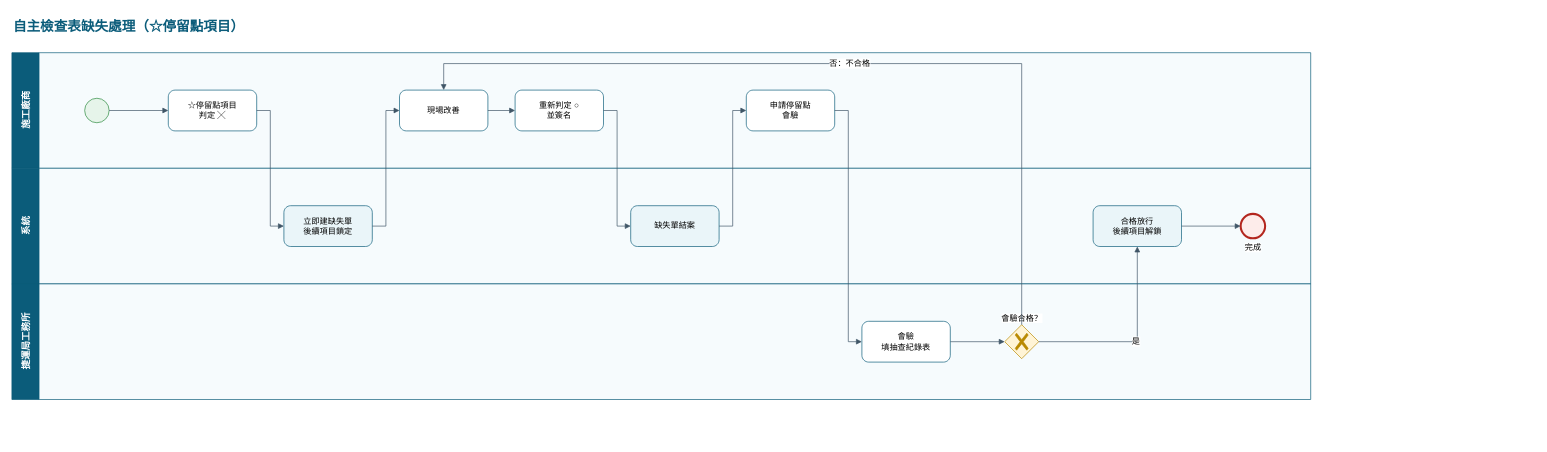
Earlier version of the draw.io diagram page "自主檢查表缺失處理（☆停留點項目）" (2 of 8) of 捷運施工查驗系統_缺失與停留點流程_BPMN.drawio (brianchou7310/MRT-Construction-QMS). Source tidied: cells renumbered, new cells numbered last; positions are measured from the earlier drawing's top-left corner, leaving out a move shared by most shapes. Both pictures are drawn from the tidied source at 68%, with x=0, y=0 at pixel (12, 12).
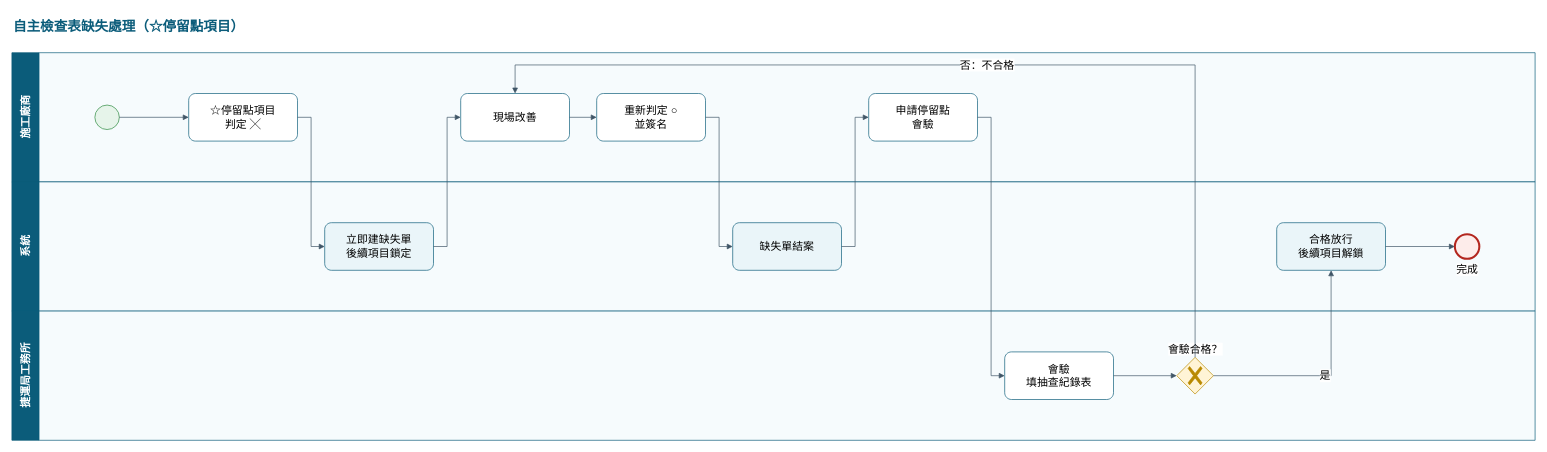
After the change.

The edit, as a diff of the source:
```diff
@@
-    <mxCell id="3" value="施工廠商" style="swimlane;html=1;startSize=40;horizontal=0;fontSize=14;fontStyle=1;fillColor=#0B5C7A;fontColor=#ffffff;strokeColor=#0B5C7A;swimlaneFillColor=#F6FBFD;" parent="1" vertex="1">
-      <mxGeometry y="60" width="1910" height="170" as="geometry" />
+    <mxCell id="3" value="施工廠商" style="swimlane;html=1;startSize=40;horizontal=0;fontSize=16;fontStyle=1;fillColor=#0B5C7A;fontColor=#ffffff;strokeColor=#0B5C7A;swimlaneFillColor=#F6FBFD;" parent="1" vertex="1">
+      <mxGeometry y="60" width="2240" height="190" as="geometry" />
     </mxCell>
-    <mxCell id="4" value="系統" style="swimlane;html=1;startSize=40;horizontal=0;fontSize=14;fontStyle=1;fillColor=#0B5C7A;fontColor=#ffffff;strokeColor=#0B5C7A;swimlaneFillColor=#F6FBFD;" parent="1" vertex="1">
-      <mxGeometry y="230" width="1910" height="170" as="geometry" />
+    <mxCell id="4" value="系統" style="swimlane;html=1;startSize=40;horizontal=0;fontSize=16;fontStyle=1;fillColor=#0B5C7A;fontColor=#ffffff;strokeColor=#0B5C7A;swimlaneFillColor=#F6FBFD;" parent="1" vertex="1">
+      <mxGeometry y="250" width="2240" height="190" as="geometry" />
     </mxCell>
-    <mxCell id="5" value="捷運局工務所" style="swimlane;html=1;startSize=40;horizontal=0;fontSize=14;fontStyle=1;fillColor=#0B5C7A;fontColor=#ffffff;strokeColor=#0B5C7A;swimlaneFillColor=#F6FBFD;" parent="1" vertex="1">
-      <mxGeometry y="400" width="1910" height="170" as="geometry" />
+    <mxCell id="5" value="捷運局工務所" style="swimlane;html=1;startSize=40;horizontal=0;fontSize=16;fontStyle=1;fillColor=#0B5C7A;fontColor=#ffffff;strokeColor=#0B5C7A;swimlaneFillColor=#F6FBFD;" parent="1" vertex="1">
+      <mxGeometry y="440" width="2240" height="190" as="geometry" />
     </mxCell>
-    <mxCell id="6" style="points=[[0.145,0.145,0],[0.5,0,0],[0.855,0.145,0],[1,0.5,0],[0.855,0.855,0],[0.5,1,0],[0.145,0.855,0],[0,0.5,0]];shape=mxgraph.bpmn.event;html=1;verticalLabelPosition=bottom;labelBackgroundColor=#ffffff;verticalAlign=top;align=center;perimeter=ellipsePerimeter;outlineConnect=0;outline=standard;symbol=general;fillColor=#E6F4EA;strokeColor=#2B8A3E;" parent="3" vertex="1">
-      <mxGeometry x="107" y="67" width="36" height="36" as="geometry" />
+    <mxCell id="6" style="points=[[0.145,0.145,0],[0.5,0,0],[0.855,0.145,0],[1,0.5,0],[0.855,0.855,0],[0.5,1,0],[0.145,0.855,0],[0,0.5,0]];shape=mxgraph.bpmn.event;html=1;verticalLabelPosition=bottom;labelBackgroundColor=#ffffff;verticalAlign=top;align=center;perimeter=ellipsePerimeter;outlineConnect=0;outline=standard;symbol=general;fillColor=#E6F4EA;strokeColor=#2B8A3E;fontSize=16;" parent="3" vertex="1">
+      <mxGeometry x="122" y="77" width="36" height="36" as="geometry" />
     </mxCell>
-    <mxCell id="7" value="☆停留點項目&lt;br&gt;判定 ╳" style="points=[[0.25,0,0],[0.5,0,0],[0.75,0,0],[1,0.25,0],[1,0.5,0],[1,0.75,0],[0.75,1,0],[0.5,1,0],[0.25,1,0],[0,0.75,0],[0,0.5,0],[0,0.25,0]];shape=mxgraph.bpmn.task;whiteSpace=wrap;rectStyle=rounded;size=10;html=1;taskMarker=abstract;fontSize=12;fillColor=#FFFFFF;strokeColor=#0B5C7A;" parent="3" vertex="1">
-      <mxGeometry x="230" y="55" width="130" height="60" as="geometry" />
+    <mxCell id="7" value="☆停留點項目&lt;br&gt;判定 ╳" style="points=[[0.25,0,0],[0.5,0,0],[0.75,0,0],[1,0.25,0],[1,0.5,0],[1,0.75,0],[0.75,1,0],[0.5,1,0],[0.25,1,0],[0,0.75,0],[0,0.5,0],[0,0.25,0]];shape=mxgraph.bpmn.task;whiteSpace=wrap;rectStyle=rounded;size=10;html=1;taskMarker=abstract;fontSize=16;fillColor=#FFFFFF;strokeColor=#0B5C7A;" parent="3" vertex="1">
+      <mxGeometry x="260" y="60" width="160" height="70" as="geometry" />
     </mxCell>
-    <mxCell id="8" value="立即建缺失單&lt;br&gt;後續項目鎖定" style="points=[[0.25,0,0],[0.5,0,0],[0.75,0,0],[1,0.25,0],[1,0.5,0],[1,0.75,0],[0.75,1,0],[0.5,1,0],[0.25,1,0],[0,0.75,0],[0,0.5,0],[0,0.25,0]];shape=mxgraph.bpmn.task;whiteSpace=wrap;rectStyle=rounded;size=10;html=1;taskMarker=abstract;fontSize=12;fillColor=#EAF5F9;strokeColor=#0B5C7A;" parent="4" vertex="1">
-      <mxGeometry x="400" y="55" width="130" height="60" as="geometry" />
+    <mxCell id="8" value="立即建缺失單&lt;br&gt;後續項目鎖定" style="points=[[0.25,0,0],[0.5,0,0],[0.75,0,0],[1,0.25,0],[1,0.5,0],[1,0.75,0],[0.75,1,0],[0.5,1,0],[0.25,1,0],[0,0.75,0],[0,0.5,0],[0,0.25,0]];shape=mxgraph.bpmn.task;whiteSpace=wrap;rectStyle=rounded;size=10;html=1;taskMarker=abstract;fontSize=16;fillColor=#EAF5F9;strokeColor=#0B5C7A;" parent="4" vertex="1">
+      <mxGeometry x="460" y="60" width="160" height="70" as="geometry" />
     </mxCell>
-    <mxCell id="9" value="現場改善" style="points=[[0.25,0,0],[0.5,0,0],[0.75,0,0],[1,0.25,0],[1,0.5,0],[1,0.75,0],[0.75,1,0],[0.5,1,0],[0.25,1,0],[0,0.75,0],[0,0.5,0],[0,0.25,0]];shape=mxgraph.bpmn.task;whiteSpace=wrap;rectStyle=rounded;size=10;html=1;taskMarker=abstract;fontSize=12;fillColor=#FFFFFF;strokeColor=#0B5C7A;" parent="3" vertex="1">
-      <mxGeometry x="570" y="55" width="130" height="60" as="geometry" />
+    <mxCell id="9" value="現場改善" style="points=[[0.25,0,0],[0.5,0,0],[0.75,0,0],[1,0.25,0],[1,0.5,0],[1,0.75,0],[0.75,1,0],[0.5,1,0],[0.25,1,0],[0,0.75,0],[0,0.5,0],[0,0.25,0]];shape=mxgraph.bpmn.task;whiteSpace=wrap;rectStyle=rounded;size=10;html=1;taskMarker=abstract;fontSize=16;fillColor=#FFFFFF;strokeColor=#0B5C7A;" parent="3" vertex="1">
+      <mxGeometry x="660" y="60" width="160" height="70" as="geometry" />
     </mxCell>
-    <mxCell id="10" value="重新判定 ○&lt;br&gt;並簽名" style="points=[[0.25,0,0],[0.5,0,0],[0.75,0,0],[1,0.25,0],[1,0.5,0],[1,0.75,0],[0.75,1,0],[0.5,1,0],[0.25,1,0],[0,0.75,0],[0,0.5,0],[0,0.25,0]];shape=mxgraph.bpmn.task;whiteSpace=wrap;rectStyle=rounded;size=10;html=1;taskMarker=abstract;fontSize=12;fillColor=#FFFFFF;strokeColor=#0B5C7A;" parent="3" vertex="1">
-      <mxGeometry x="740" y="55" width="130" height="60" as="geometry" />
+    <mxCell id="10" value="重新判定 ○&lt;br&gt;並簽名" style="points=[[0.25,0,0],[0.5,0,0],[0.75,0,0],[1,0.25,0],[1,0.5,0],[1,0.75,0],[0.75,1,0],[0.5,1,0],[0.25,1,0],[0,0.75,0],[0,0.5,0],[0,0.25,0]];shape=mxgraph.bpmn.task;whiteSpace=wrap;rectStyle=rounded;size=10;html=1;taskMarker=abstract;fontSize=16;fillColor=#FFFFFF;strokeColor=#0B5C7A;" parent="3" vertex="1">
+      <mxGeometry x="860" y="60" width="160" height="70" as="geometry" />
     </mxCell>
-    <mxCell id="11" value="缺失單結案" style="points=[[0.25,0,0],[0.5,0,0],[0.75,0,0],[1,0.25,0],[1,0.5,0],[1,0.75,0],[0.75,1,0],[0.5,1,0],[0.25,1,0],[0,0.75,0],[0,0.5,0],[0,0.25,0]];shape=mxgraph.bpmn.task;whiteSpace=wrap;rectStyle=rounded;size=10;html=1;taskMarker=abstract;fontSize=12;fillColor=#EAF5F9;strokeColor=#0B5C7A;" parent="4" vertex="1">
-      <mxGeometry x="910" y="55" width="130" height="60" as="geometry" />
+    <mxCell id="11" value="缺失單結案" style="points=[[0.25,0,0],[0.5,0,0],[0.75,0,0],[1,0.25,0],[1,0.5,0],[1,0.75,0],[0.75,1,0],[0.5,1,0],[0.25,1,0],[0,0.75,0],[0,0.5,0],[0,0.25,0]];shape=mxgraph.bpmn.task;whiteSpace=wrap;rectStyle=rounded;size=10;html=1;taskMarker=abstract;fontSize=16;fillColor=#EAF5F9;strokeColor=#0B5C7A;" parent="4" vertex="1">
+      <mxGeometry x="1060" y="60" width="160" height="70" as="geometry" />
     </mxCell>
-    <mxCell id="12" value="申請停留點&lt;br&gt;會驗" style="points=[[0.25,0,0],[0.5,0,0],[0.75,0,0],[1,0.25,0],[1,0.5,0],[1,0.75,0],[0.75,1,0],[0.5,1,0],[0.25,1,0],[0,0.75,0],[0,0.5,0],[0,0.25,0]];shape=mxgraph.bpmn.task;whiteSpace=wrap;rectStyle=rounded;size=10;html=1;taskMarker=abstract;fontSize=12;fillColor=#FFFFFF;strokeColor=#0B5C7A;" parent="3" vertex="1">
-      <mxGeometry x="1080" y="55" width="130" height="60" as="geometry" />
+    <mxCell id="12" value="申請停留點&lt;br&gt;會驗" style="points=[[0.25,0,0],[0.5,0,0],[0.75,0,0],[1,0.25,0],[1,0.5,0],[1,0.75,0],[0.75,1,0],[0.5,1,0],[0.25,1,0],[0,0.75,0],[0,0.5,0],[0,0.25,0]];shape=mxgraph.bpmn.task;whiteSpace=wrap;rectStyle=rounded;size=10;html=1;taskMarker=abstract;fontSize=16;fillColor=#FFFFFF;strokeColor=#0B5C7A;" parent="3" vertex="1">
+      <mxGeometry x="1260" y="60" width="160" height="70" as="geometry" />
     </mxCell>
-    <mxCell id="13" value="會驗&lt;br&gt;填抽查紀錄表" style="points=[[0.25,0,0],[0.5,0,0],[0.75,0,0],[1,0.25,0],[1,0.5,0],[1,0.75,0],[0.75,1,0],[0.5,1,0],[0.25,1,0],[0,0.75,0],[0,0.5,0],[0,0.25,0]];shape=mxgraph.bpmn.task;whiteSpace=wrap;rectStyle=rounded;size=10;html=1;taskMarker=abstract;fontSize=12;fillColor=#FFFFFF;strokeColor=#0B5C7A;" parent="5" vertex="1">
-      <mxGeometry x="1250" y="55" width="130" height="60" as="geometry" />
+    <mxCell id="13" value="會驗&lt;br&gt;填抽查紀錄表" style="points=[[0.25,0,0],[0.5,0,0],[0.75,0,0],[1,0.25,0],[1,0.5,0],[1,0.75,0],[0.75,1,0],[0.5,1,0],[0.25,1,0],[0,0.75,0],[0,0.5,0],[0,0.25,0]];shape=mxgraph.bpmn.task;whiteSpace=wrap;rectStyle=rounded;size=10;html=1;taskMarker=abstract;fontSize=16;fillColor=#FFFFFF;strokeColor=#0B5C7A;" parent="5" vertex="1">
+      <mxGeometry x="1460" y="60" width="160" height="70" as="geometry" />
     </mxCell>
-    <mxCell id="14" value="會驗合格？" style="points=[[0.25,0.25,0],[0.5,0,0],[0.75,0.25,0],[1,0.5,0],[0.75,0.75,0],[0.5,1,0],[0.25,0.75,0],[0,0.5,0]];shape=mxgraph.bpmn.gateway2;html=1;verticalLabelPosition=top;labelBackgroundColor=#ffffff;verticalAlign=bottom;align=center;perimeter=rhombusPerimeter;outlineConnect=0;outline=none;symbol=none;gwType=exclusive;fillColor=#FFF4D6;strokeColor=#B98900;fontSize=12;" parent="5" vertex="1">
-      <mxGeometry x="1460" y="60" width="50" height="50" as="geometry" />
+    <mxCell id="14" value="會驗合格？" style="points=[[0.25,0.25,0],[0.5,0,0],[0.75,0.25,0],[1,0.5,0],[0.75,0.75,0],[0.5,1,0],[0.25,0.75,0],[0,0.5,0]];shape=mxgraph.bpmn.gateway2;html=1;verticalLabelPosition=top;labelBackgroundColor=#ffffff;verticalAlign=bottom;align=center;perimeter=rhombusPerimeter;outlineConnect=0;outline=none;symbol=none;gwType=exclusive;fillColor=#FFF4D6;strokeColor=#B98900;fontSize=16;" parent="5" vertex="1">
+      <mxGeometry x="1713" y="68" width="54" height="54" as="geometry" />
     </mxCell>
-    <mxCell id="15" value="合格放行&lt;br&gt;後續項目解鎖" style="points=[[0.25,0,0],[0.5,0,0],[0.75,0,0],[1,0.25,0],[1,0.5,0],[1,0.75,0],[0.75,1,0],[0.5,1,0],[0.25,1,0],[0,0.75,0],[0,0.5,0],[0,0.25,0]];shape=mxgraph.bpmn.task;whiteSpace=wrap;rectStyle=rounded;size=10;html=1;taskMarker=abstract;fontSize=12;fillColor=#EAF5F9;strokeColor=#0B5C7A;" parent="4" vertex="1">
-      <mxGeometry x="1590" y="55" width="130" height="60" as="geometry" />
+    <mxCell id="15" value="合格放行&lt;br&gt;後續項目解鎖" style="points=[[0.25,0,0],[0.5,0,0],[0.75,0,0],[1,0.25,0],[1,0.5,0],[1,0.75,0],[0.75,1,0],[0.5,1,0],[0.25,1,0],[0,0.75,0],[0,0.5,0],[0,0.25,0]];shape=mxgraph.bpmn.task;whiteSpace=wrap;rectStyle=rounded;size=10;html=1;taskMarker=abstract;fontSize=16;fillColor=#EAF5F9;strokeColor=#0B5C7A;" parent="4" vertex="1">
+      <mxGeometry x="1860" y="60" width="160" height="70" as="geometry" />
     </mxCell>
-    <mxCell id="16" value="完成" style="points=[[0.145,0.145,0],[0.5,0,0],[0.855,0.145,0],[1,0.5,0],[0.855,0.855,0],[0.5,1,0],[0.145,0.855,0],[0,0.5,0]];shape=mxgraph.bpmn.event;html=1;verticalLabelPosition=bottom;labelBackgroundColor=#ffffff;verticalAlign=top;align=center;perimeter=ellipsePerimeter;outlineConnect=0;outline=end;symbol=terminate2;fillColor=#FDECEA;strokeColor=#B3261E;fontSize=12;" parent="4" vertex="1">
-      <mxGeometry x="1807" y="67" width="36" height="36" as="geometry" />
+    <mxCell id="16" value="完成" style="points=[[0.145,0.145,0],[0.5,0,0],[0.855,0.145,0],[1,0.5,0],[0.855,0.855,0],[0.5,1,0],[0.145,0.855,0],[0,0.5,0]];shape=mxgraph.bpmn.event;html=1;verticalLabelPosition=bottom;labelBackgroundColor=#ffffff;verticalAlign=top;align=center;perimeter=ellipsePerimeter;outlineConnect=0;outline=end;symbol=terminate2;fillColor=#FDECEA;strokeColor=#B3261E;fontSize=16;" parent="4" vertex="1">
+      <mxGeometry x="2122" y="77" width="36" height="36" as="geometry" />
     </mxCell>
-    <mxCell id="17" style="edgeStyle=orthogonalEdgeStyle;rounded=0;html=1;endArrow=block;endFill=1;strokeColor=#3F5566;fontSize=12;labelBackgroundColor=#ffffff;exitX=1;exitY=0.5;exitDx=0;exitDy=0;entryX=0;entryY=0.5;entryDx=0;entryDy=0;" parent="1" edge="1" source="6" target="7">
+    <mxCell id="17" style="edgeStyle=orthogonalEdgeStyle;rounded=0;html=1;endArrow=block;endFill=1;strokeColor=#3F5566;fontSize=16;labelBackgroundColor=#ffffff;exitX=1;exitY=0.5;exitDx=0;exitDy=0;entryX=0;entryY=0.5;entryDx=0;entryDy=0;" parent="1" edge="1" source="6" target="7">
       <mxGeometry relative="1" as="geometry" />
     </mxCell>
-    <mxCell id="18" style="edgeStyle=orthogonalEdgeStyle;rounded=0;html=1;endArrow=block;endFill=1;strokeColor=#3F5566;fontSize=12;labelBackgroundColor=#ffffff;exitX=1;exitY=0.5;exitDx=0;exitDy=0;entryX=0;entryY=0.5;entryDx=0;entryDy=0;" parent="1" edge="1" source="7" target="8">
+    <mxCell id="18" style="edgeStyle=orthogonalEdgeStyle;rounded=0;html=1;endArrow=block;endFill=1;strokeColor=#3F5566;fontSize=16;labelBackgroundColor=#ffffff;exitX=1;exitY=0.5;exitDx=0;exitDy=0;entryX=0;entryY=0.5;entryDx=0;entryDy=0;" parent="1" edge="1" source="7" target="8">
       <mxGeometry relative="1" as="geometry">
         <Array as="points">
-          <mxPoint x="380" y="145" />
-          <mxPoint x="380" y="315" />
+          <mxPoint x="440" y="155" />
+          <mxPoint x="440" y="345" />
         </Array>
       </mxGeometry>
     </mxCell>
-    <mxCell id="19" style="edgeStyle=orthogonalEdgeStyle;rounded=0;html=1;endArrow=block;endFill=1;strokeColor=#3F5566;fontSize=12;labelBackgroundColor=#ffffff;exitX=1;exitY=0.5;exitDx=0;exitDy=0;entryX=0;entryY=0.5;entryDx=0;entryDy=0;" parent="1" edge="1" source="8" target="9">
+    <mxCell id="19" style="edgeStyle=orthogonalEdgeStyle;rounded=0;html=1;endArrow=block;endFill=1;strokeColor=#3F5566;fontSize=16;labelBackgroundColor=#ffffff;exitX=1;exitY=0.5;exitDx=0;exitDy=0;entryX=0;entryY=0.5;entryDx=0;entryDy=0;" parent="1" edge="1" source="8" target="9">
       <mxGeometry relative="1" as="geometry">
         <Array as="points">
-          <mxPoint x="550" y="315" />
-          <mxPoint x="550" y="145" />
+          <mxPoint x="640" y="345" />
+          <mxPoint x="640" y="155" />
         </Array>
       </mxGeometry>
     </mxCell>
-    <mxCell id="20" style="edgeStyle=orthogonalEdgeStyle;rounded=0;html=1;endArrow=block;endFill=1;strokeColor=#3F5566;fontSize=12;labelBackgroundColor=#ffffff;exitX=1;exitY=0.5;exitDx=0;exitDy=0;entryX=0;entryY=0.5;entryDx=0;entryDy=0;" parent="1" edge="1" source="9" target="10">
+    <mxCell id="20" style="edgeStyle=orthogonalEdgeStyle;rounded=0;html=1;endArrow=block;endFill=1;strokeColor=#3F5566;fontSize=16;labelBackgroundColor=#ffffff;exitX=1;exitY=0.5;exitDx=0;exitDy=0;entryX=0;entryY=0.5;entryDx=0;entryDy=0;" parent="1" edge="1" source="9" target="10">
       <mxGeometry relative="1" as="geometry" />
     </mxCell>
-    <mxCell id="21" style="edgeStyle=orthogonalEdgeStyle;rounded=0;html=1;endArrow=block;endFill=1;strokeColor=#3F5566;fontSize=12;labelBackgroundColor=#ffffff;exitX=1;exitY=0.5;exitDx=0;exitDy=0;entryX=0;entryY=0.5;entryDx=0;entryDy=0;" parent="1" edge="1" source="10" target="11">
+    <mxCell id="21" style="edgeStyle=orthogonalEdgeStyle;rounded=0;html=1;endArrow=block;endFill=1;strokeColor=#3F5566;fontSize=16;labelBackgroundColor=#ffffff;exitX=1;exitY=0.5;exitDx=0;exitDy=0;entryX=0;entryY=0.5;entryDx=0;entryDy=0;" parent="1" edge="1" source="10" target="11">
       <mxGeometry relative="1" as="geometry">
         <Array as="points">
-          <mxPoint x="890" y="145" />
-          <mxPoint x="890" y="315" />
+          <mxPoint x="1040" y="155" />
+          <mxPoint x="1040" y="345" />
         </Array>
       </mxGeometry>
     </mxCell>
-    <mxCell id="22" style="edgeStyle=orthogonalEdgeStyle;rounded=0;html=1;endArrow=block;endFill=1;strokeColor=#3F5566;fontSize=12;labelBackgroundColor=#ffffff;exitX=1;exitY=0.5;exitDx=0;exitDy=0;entryX=0;entryY=0.5;entryDx=0;entryDy=0;" parent="1" edge="1" source="11" target="12">
+    <mxCell id="22" style="edgeStyle=orthogonalEdgeStyle;rounded=0;html=1;endArrow=block;endFill=1;strokeColor=#3F5566;fontSize=16;labelBackgroundColor=#ffffff;exitX=1;exitY=0.5;exitDx=0;exitDy=0;entryX=0;entryY=0.5;entryDx=0;entryDy=0;" parent="1" edge="1" source="11" target="12">
       <mxGeometry relative="1" as="geometry">
         <Array as="points">
-          <mxPoint x="1060" y="315" />
-          <mxPoint x="1060" y="145" />
+          <mxPoint x="1240" y="345" />
+          <mxPoint x="1240" y="155" />
         </Array>
       </mxGeometry>
     </mxCell>
-    <mxCell id="23" style="edgeStyle=orthogonalEdgeStyle;rounded=0;html=1;endArrow=block;endFill=1;strokeColor=#3F5566;fontSize=12;labelBackgroundColor=#ffffff;exitX=1;exitY=0.5;exitDx=0;exitDy=0;entryX=0;entryY=0.5;entryDx=0;entryDy=0;" parent="1" edge="1" source="12" target="13">
+    <mxCell id="23" style="edgeStyle=orthogonalEdgeStyle;rounded=0;html=1;endArrow=block;endFill=1;strokeColor=#3F5566;fontSize=16;labelBackgroundColor=#ffffff;exitX=1;exitY=0.5;exitDx=0;exitDy=0;entryX=0;entryY=0.5;entryDx=0;entryDy=0;" parent="1" edge="1" source="12" target="13">
       <mxGeometry relative="1" as="geometry">
         <Array as="points">
-          <mxPoint x="1230" y="145" />
-          <mxPoint x="1230" y="485" />
+          <mxPoint x="1440" y="155" />
+          <mxPoint x="1440" y="535" />
         </Array>
       </mxGeometry>
     </mxCell>
-    <mxCell id="24" style="edgeStyle=orthogonalEdgeStyle;rounded=0;html=1;endArrow=block;endFill=1;strokeColor=#3F5566;fontSize=12;labelBackgroundColor=#ffffff;exitX=1;exitY=0.5;exitDx=0;exitDy=0;entryX=0;entryY=0.5;entryDx=0;entryDy=0;" parent="1" edge="1" source="13" target="14">
+    <mxCell id="24" style="edgeStyle=orthogonalEdgeStyle;rounded=0;html=1;endArrow=block;endFill=1;strokeColor=#3F5566;fontSize=16;labelBackgroundColor=#ffffff;exitX=1;exitY=0.5;exitDx=0;exitDy=0;entryX=0;entryY=0.5;entryDx=0;entryDy=0;" parent="1" edge="1" source="13" target="14">
       <mxGeometry relative="1" as="geometry" />
     </mxCell>
-    <mxCell id="25" value="是" style="edgeStyle=orthogonalEdgeStyle;rounded=0;html=1;endArrow=block;endFill=1;strokeColor=#3F5566;fontSize=12;labelBackgroundColor=#ffffff;exitX=1;exitY=0.5;exitDx=0;exitDy=0;entryX=0.5;entryY=1;entryDx=0;entryDy=0;" parent="1" edge="1" source="14" target="15">
+    <mxCell id="25" value="是" style="edgeStyle=orthogonalEdgeStyle;rounded=0;html=1;endArrow=block;endFill=1;strokeColor=#3F5566;fontSize=16;labelBackgroundColor=#ffffff;exitX=1;exitY=0.5;exitDx=0;exitDy=0;entryX=0.5;entryY=1;entryDx=0;entryDy=0;" parent="1" edge="1" source="14" target="15">
       <mxGeometry relative="1" as="geometry">
         <Array as="points">
-          <mxPoint x="1655" y="485" />
+          <mxPoint x="1940" y="535" />
         </Array>
       </mxGeometry>
     </mxCell>
-    <mxCell id="26" style="edgeStyle=orthogonalEdgeStyle;rounded=0;html=1;endArrow=block;endFill=1;strokeColor=#3F5566;fontSize=12;labelBackgroundColor=#ffffff;exitX=1;exitY=0.5;exitDx=0;exitDy=0;entryX=0;entryY=0.5;entryDx=0;entryDy=0;" parent="1" edge="1" source="15" target="16">
+    <mxCell id="26" style="edgeStyle=orthogonalEdgeStyle;rounded=0;html=1;endArrow=block;endFill=1;strokeColor=#3F5566;fontSize=16;labelBackgroundColor=#ffffff;exitX=1;exitY=0.5;exitDx=0;exitDy=0;entryX=0;entryY=0.5;entryDx=0;entryDy=0;" parent="1" edge="1" source="15" target="16">
       <mxGeometry relative="1" as="geometry" />
     </mxCell>
-    <mxCell id="27" value="否：不合格" style="edgeStyle=orthogonalEdgeStyle;rounded=0;html=1;endArrow=block;endFill=1;strokeColor=#3F5566;fontSize=12;labelBackgroundColor=#ffffff;exitX=0.5;exitY=0;exitDx=0;exitDy=0;entryX=0.5;entryY=0;entryDx=0;entryDy=0;" parent="1" edge="1" source="14" target="9">
+    <mxCell id="27" value="否：不合格" style="edgeStyle=orthogonalEdgeStyle;rounded=0;html=1;endArrow=block;endFill=1;strokeColor=#3F5566;fontSize=16;labelBackgroundColor=#ffffff;exitX=0.5;exitY=0;exitDx=0;exitDy=0;entryX=0.5;entryY=0;entryDx=0;entryDy=0;" parent="1" edge="1" source="14" target="9">
       <mxGeometry relative="1" as="geometry">
         <Array as="points">
-          <mxPoint x="1485" y="76" />
-          <mxPoint x="635" y="76" />
+          <mxPoint x="1740" y="78" />
+          <mxPoint x="740" y="78" />
         </Array>
       </mxGeometry>
     </mxCell>
```
